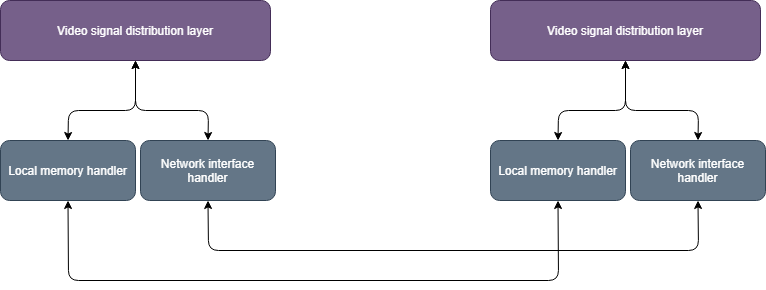
Above: res/fae-distribution.png in rondor1/msc (draw.io), before the change. Source tidied: cells renumbered, new cells last; positions are measured from the earlier drawing's top-left corner, leaving out a move shared by most shapes.
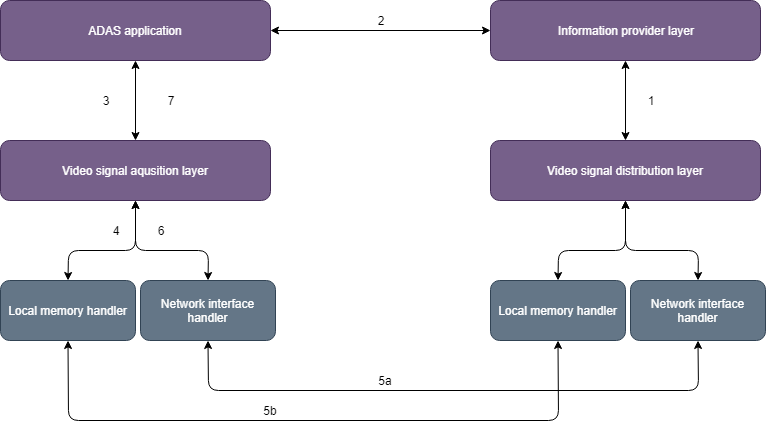
After the commit.

The edit, as a diff of the source:
```diff
@@ -27,7 +27,7 @@
         </Array>
       </mxGeometry>
     </mxCell>
-    <mxCell id="7" value="Video signal distribution layer" style="rounded=1;whiteSpace=wrap;html=1;fillColor=#76608a;strokeColor=#432D57;fontColor=#ffffff;" parent="1" vertex="1">
+    <mxCell id="7" value="Video signal aqusition layer" style="rounded=1;whiteSpace=wrap;html=1;fillColor=#76608a;strokeColor=#432D57;fontColor=#ffffff;" parent="1" vertex="1">
       <mxGeometry width="270" height="60" as="geometry" />
     </mxCell>
     <mxCell id="8" value="Local memory handler" style="rounded=1;whiteSpace=wrap;html=1;fillColor=#647687;strokeColor=#314354;fontColor=#ffffff;" parent="1" vertex="1">
@@ -68,5 +68,44 @@
         </Array>
       </mxGeometry>
     </mxCell>
+    <mxCell id="14" value="Information provider layer" style="rounded=1;whiteSpace=wrap;html=1;fillColor=#76608a;strokeColor=#432D57;fontColor=#ffffff;" parent="1" vertex="1">
+      <mxGeometry x="490" y="-140" width="270" height="60" as="geometry" />
+    </mxCell>
+    <mxCell id="15" value="ADAS application" style="rounded=1;whiteSpace=wrap;html=1;fillColor=#76608a;strokeColor=#432D57;fontColor=#ffffff;" parent="1" vertex="1">
+      <mxGeometry y="-140" width="270" height="60" as="geometry" />
+    </mxCell>
+    <mxCell id="16" style="endArrow=classic;startArrow=classic;html=1;entryX=0.5;entryY=0;entryDx=0;entryDy=0;exitX=0.5;exitY=1;exitDx=0;exitDy=0;" parent="1" edge="1" source="14" target="2">
+      <mxGeometry relative="1" as="geometry" />
+    </mxCell>
+    <mxCell id="17" style="endArrow=classic;startArrow=classic;html=1;entryX=0.5;entryY=0;entryDx=0;entryDy=0;exitX=0.5;exitY=1;exitDx=0;exitDy=0;" parent="1" edge="1" source="15" target="7">
+      <mxGeometry relative="1" as="geometry" />
+    </mxCell>
+    <mxCell id="18" style="endArrow=classic;startArrow=classic;html=1;entryX=0;entryY=0.5;entryDx=0;entryDy=0;exitX=1;exitY=0.5;exitDx=0;exitDy=0;" parent="1" edge="1" source="15" target="14">
+      <mxGeometry relative="1" as="geometry" />
+    </mxCell>
+    <mxCell id="19" value="2" style="text;html=1;strokeColor=none;fillColor=none;align=center;verticalAlign=middle;whiteSpace=wrap;rounded=0;" parent="1" vertex="1">
+      <mxGeometry x="360" y="-130" width="40" height="20" as="geometry" />
+    </mxCell>
+    <mxCell id="20" value="5a" style="text;html=1;strokeColor=none;fillColor=none;align=center;verticalAlign=middle;whiteSpace=wrap;rounded=0;" parent="1" vertex="1">
+      <mxGeometry x="365" y="230" width="40" height="20" as="geometry" />
+    </mxCell>
+    <mxCell id="21" value="5b" style="text;html=1;strokeColor=none;fillColor=none;align=center;verticalAlign=middle;whiteSpace=wrap;rounded=0;" parent="1" vertex="1">
+      <mxGeometry x="250" y="260" width="40" height="20" as="geometry" />
+    </mxCell>
+    <mxCell id="22" value="4" style="text;html=1;strokeColor=none;fillColor=none;align=center;verticalAlign=middle;whiteSpace=wrap;rounded=0;" parent="1" vertex="1">
+      <mxGeometry x="95" y="80" width="40" height="20" as="geometry" />
+    </mxCell>
+    <mxCell id="23" value="3" style="text;html=1;strokeColor=none;fillColor=none;align=center;verticalAlign=middle;whiteSpace=wrap;rounded=0;" parent="1" vertex="1">
+      <mxGeometry x="85" y="-50" width="40" height="20" as="geometry" />
+    </mxCell>
+    <mxCell id="24" value="1" style="text;html=1;strokeColor=none;fillColor=none;align=center;verticalAlign=middle;whiteSpace=wrap;rounded=0;" parent="1" vertex="1">
+      <mxGeometry x="630" y="-50" width="40" height="20" as="geometry" />
+    </mxCell>
+    <mxCell id="25" value="6" style="text;html=1;strokeColor=none;fillColor=none;align=center;verticalAlign=middle;whiteSpace=wrap;rounded=0;" parent="1" vertex="1">
+      <mxGeometry x="140" y="80" width="40" height="20" as="geometry" />
+    </mxCell>
+    <mxCell id="26" value="7" style="text;html=1;strokeColor=none;fillColor=none;align=center;verticalAlign=middle;whiteSpace=wrap;rounded=0;" parent="1" vertex="1">
+      <mxGeometry x="150" y="-50" width="40" height="20" as="geometry" />
+    </mxCell>
   </root>
 </mxGraphModel>
```
